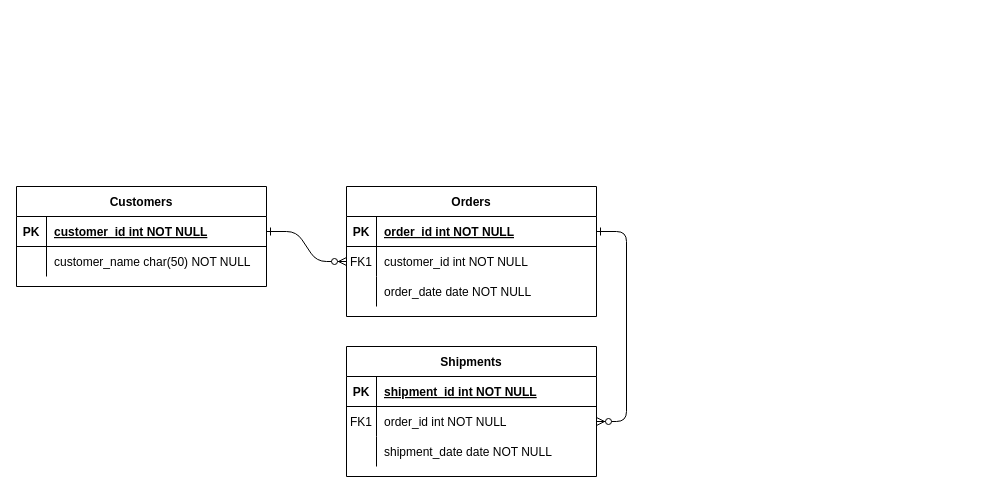
Before: organs_bank_project.drawio in rredkovich/organs_bank_project, a draw.io diagram. Source tidied: cells renumbered, new cells numbered last; positions are measured from the earlier drawing's top-left corner, leaving out a move shared by most shapes. Both pictures are drawn from the tidied source at 100%, with x=0, y=0 at pixel (16, 186).
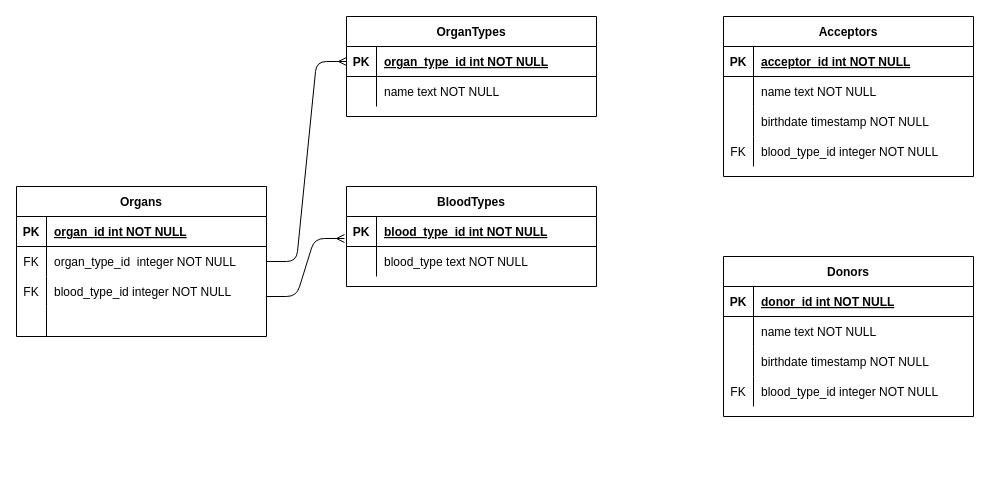
The same page after the edit.

The change refers to these unchanged cells:
```xml
<mxCell id="5" style="shape=partialRectangle;fillColor=none;points=[[0,0.5],[1,0.5]];portConstraint=eastwest;top=0;left=0;right=0;bottom=1;" parent="4" vertex="1">
  <mxGeometry y="30" width="250" height="30" as="geometry" />
</mxCell>
<mxCell id="8" style="shape=partialRectangle;fillColor=none;points=[[0,0.5],[1,0.5]];portConstraint=eastwest;top=0;left=0;right=0;bottom=0;" parent="4" vertex="1">
  <mxGeometry y="60" width="250" height="30" as="geometry" />
</mxCell>
<mxCell id="15" style="shape=partialRectangle;fillColor=none;points=[[0,0.5],[1,0.5]];portConstraint=eastwest;top=0;left=0;right=0;bottom=1;" parent="14" vertex="1">
  <mxGeometry y="30" width="250" height="30" as="geometry" />
</mxCell>
<mxCell id="18" style="shape=partialRectangle;fillColor=none;points=[[0,0.5],[1,0.5]];portConstraint=eastwest;top=0;left=0;right=0;bottom=0;" parent="14" vertex="1">
  <mxGeometry y="60" width="250" height="30" as="geometry" />
</mxCell>
<mxCell id="25" style="shape=partialRectangle;fillColor=none;points=[[0,0.5],[1,0.5]];portConstraint=eastwest;top=0;left=0;right=0;bottom=1;" parent="24" vertex="1">
  <mxGeometry y="30" width="250" height="30" as="geometry" />
</mxCell>
<mxCell id="28" style="shape=partialRectangle;fillColor=none;points=[[0,0.5],[1,0.5]];portConstraint=eastwest;top=0;left=0;right=0;bottom=0;" parent="24" vertex="1">
  <mxGeometry y="60" width="250" height="30" as="geometry" />
</mxCell>
```

Change to the diagram source:
```diff
@@
-    <mxCell id="2" style="edgeStyle=entityRelationEdgeStyle;endArrow=ERzeroToMany;startArrow=ERone;endFill=1;startFill=0;" parent="1" edge="1" source="25" target="8">
-      <mxGeometry relative="1" as="geometry" />
+    <mxCell id="2" style="edgeStyle=entityRelationEdgeStyle;endArrow=ERmany;startArrow=none;endFill=0;startFill=0;entryX=-0.008;entryY=0.733;entryDx=0;entryDy=0;entryPerimeter=0;" parent="1" edge="1" target="5">
+      <mxGeometry relative="1" as="geometry">
+        <mxPoint x="250" y="110" as="sourcePoint" />
+      </mxGeometry>
     </mxCell>
-    <mxCell id="3" style="edgeStyle=entityRelationEdgeStyle;endArrow=ERzeroToMany;startArrow=ERone;endFill=1;startFill=0;" parent="1" edge="1" source="5" target="18">
-      <mxGeometry relative="1" as="geometry" />
-    </mxCell>
-    <mxCell id="4" value="Orders" style="shape=table;startSize=30;childLayout=tableLayout;rowLines=0;fontStyle=1;align=center;" parent="1" vertex="1">
-      <mxGeometry x="330" width="250" height="130" as="geometry" />
+    <mxCell id="4" value="BloodTypes" style="shape=table;startSize=30;childLayout=tableLayout;rowLines=0;fontStyle=1;align=center;" parent="1" vertex="1">
+      <mxGeometry x="330" width="250" height="100" as="geometry" />
     </mxCell>
@@
-    <mxCell id="7" value="order_id int NOT NULL " style="shape=partialRectangle;overflow=hidden;fillColor=none;top=0;left=0;bottom=0;right=0;align=left;spacingLeft=6;fontStyle=5;" parent="5" vertex="1">
+    <mxCell id="7" value="blood_type_id int NOT NULL " style="shape=partialRectangle;overflow=hidden;fillColor=none;top=0;left=0;bottom=0;right=0;align=left;spacingLeft=6;fontStyle=5;" parent="5" vertex="1">
       <mxGeometry x="30" width="220" height="30" as="geometry" />
     </mxCell>
@@
-    <mxCell id="9" value="FK1" style="shape=partialRectangle;overflow=hidden;fillColor=none;top=0;left=0;bottom=0;right=0;" parent="8" vertex="1">
+    <mxCell id="9" style="shape=partialRectangle;overflow=hidden;fillColor=none;top=0;left=0;bottom=0;right=0;" parent="8" vertex="1">
       <mxGeometry width="30" height="30" as="geometry" />
     </mxCell>
-    <mxCell id="10" value="customer_id int NOT NULL" style="shape=partialRectangle;overflow=hidden;fillColor=none;top=0;left=0;bottom=0;right=0;align=left;spacingLeft=6;" parent="8" vertex="1">
+    <mxCell id="10" value="blood_type text NOT NULL" style="shape=partialRectangle;overflow=hidden;fillColor=none;top=0;left=0;bottom=0;right=0;align=left;spacingLeft=6;" parent="8" vertex="1">
       <mxGeometry x="30" width="220" height="30" as="geometry" />
     </mxCell>
-    <mxCell id="11" style="shape=partialRectangle;fillColor=none;top=0;left=0;right=0;bottom=0;" parent="4" vertex="1">
-      <mxGeometry y="90" width="250" height="30" as="geometry" />
-    </mxCell>
-    <mxCell id="12" style="shape=partialRectangle;overflow=hidden;fillColor=none;top=0;left=0;bottom=0;right=0;" parent="11" vertex="1">
-      <mxGeometry width="30" height="30" as="geometry" />
-    </mxCell>
-    <mxCell id="13" value="order_date date NOT NULL" style="shape=partialRectangle;overflow=hidden;fillColor=none;top=0;left=0;bottom=0;right=0;align=left;spacingLeft=6;" parent="11" vertex="1">
-      <mxGeometry x="30" width="220" height="30" as="geometry" />
-    </mxCell>
-    <mxCell id="14" value="Shipments" style="shape=table;startSize=30;childLayout=tableLayout;rowLines=0;fontStyle=1;align=center;" parent="1" vertex="1">
-      <mxGeometry x="330" y="160" width="250" height="130" as="geometry" />
+    <mxCell id="14" value="OrganTypes" style="shape=table;startSize=30;childLayout=tableLayout;rowLines=0;fontStyle=1;align=center;" parent="1" vertex="1">
+      <mxGeometry x="330" y="-170" width="250" height="100" as="geometry" />
     </mxCell>
@@
-    <mxCell id="17" value="shipment_id int NOT NULL " style="shape=partialRectangle;overflow=hidden;fillColor=none;top=0;left=0;bottom=0;right=0;align=left;spacingLeft=6;fontStyle=5;" parent="15" vertex="1">
+    <mxCell id="17" value="organ_type_id int NOT NULL " style="shape=partialRectangle;overflow=hidden;fillColor=none;top=0;left=0;bottom=0;right=0;align=left;spacingLeft=6;fontStyle=5;" parent="15" vertex="1">
       <mxGeometry x="30" width="220" height="30" as="geometry" />
     </mxCell>
@@
-    <mxCell id="19" value="FK1" style="shape=partialRectangle;overflow=hidden;fillColor=none;top=0;left=0;bottom=0;right=0;" parent="18" vertex="1">
+    <mxCell id="19" style="shape=partialRectangle;overflow=hidden;fillColor=none;top=0;left=0;bottom=0;right=0;" parent="18" vertex="1">
       <mxGeometry width="30" height="30" as="geometry" />
     </mxCell>
-    <mxCell id="20" value="order_id int NOT NULL" style="shape=partialRectangle;overflow=hidden;fillColor=none;top=0;left=0;bottom=0;right=0;align=left;spacingLeft=6;" parent="18" vertex="1">
+    <mxCell id="20" value="name text NOT NULL" style="shape=partialRectangle;overflow=hidden;fillColor=none;top=0;left=0;bottom=0;right=0;align=left;spacingLeft=6;" parent="18" vertex="1">
       <mxGeometry x="30" width="220" height="30" as="geometry" />
     </mxCell>
-    <mxCell id="21" style="shape=partialRectangle;fillColor=none;top=0;left=0;right=0;bottom=0;" parent="14" vertex="1">
-      <mxGeometry y="90" width="250" height="30" as="geometry" />
-    </mxCell>
-    <mxCell id="22" style="shape=partialRectangle;overflow=hidden;fillColor=none;top=0;left=0;bottom=0;right=0;" parent="21" vertex="1">
-      <mxGeometry width="30" height="30" as="geometry" />
-    </mxCell>
-    <mxCell id="23" value="shipment_date date NOT NULL" style="shape=partialRectangle;overflow=hidden;fillColor=none;top=0;left=0;bottom=0;right=0;align=left;spacingLeft=6;" parent="21" vertex="1">
-      <mxGeometry x="30" width="220" height="30" as="geometry" />
-    </mxCell>
-    <mxCell id="24" value="Customers" style="shape=table;startSize=30;childLayout=tableLayout;rowLines=0;fontStyle=1;align=center;" parent="1" vertex="1">
-      <mxGeometry width="250" height="100" as="geometry" />
+    <mxCell id="24" value="Organs" style="shape=table;startSize=30;childLayout=tableLayout;rowLines=0;fontStyle=1;align=center;" parent="1" vertex="1">
+      <mxGeometry width="250" height="150" as="geometry" />
     </mxCell>
@@
-    <mxCell id="27" value="customer_id int NOT NULL " style="shape=partialRectangle;overflow=hidden;fillColor=none;top=0;left=0;bottom=0;right=0;align=left;spacingLeft=6;fontStyle=5;" parent="25" vertex="1">
+    <mxCell id="27" value="organ_id int NOT NULL " style="shape=partialRectangle;overflow=hidden;fillColor=none;top=0;left=0;bottom=0;right=0;align=left;spacingLeft=6;fontStyle=5;" parent="25" vertex="1">
       <mxGeometry x="30" width="220" height="30" as="geometry" />
     </mxCell>
@@
-    <mxCell id="29" style="shape=partialRectangle;overflow=hidden;fillColor=none;top=0;left=0;bottom=0;right=0;" parent="28" vertex="1">
+    <mxCell id="29" value="FK" style="shape=partialRectangle;overflow=hidden;fillColor=none;top=0;left=0;bottom=0;right=0;" parent="28" vertex="1">
       <mxGeometry width="30" height="30" as="geometry" />
     </mxCell>
-    <mxCell id="30" value="customer_name char(50) NOT NULL" style="shape=partialRectangle;overflow=hidden;fillColor=none;top=0;left=0;bottom=0;right=0;align=left;spacingLeft=6;" parent="28" vertex="1">
+    <mxCell id="30" value="organ_type_id  integer NOT NULL" style="shape=partialRectangle;overflow=hidden;fillColor=none;top=0;left=0;bottom=0;right=0;align=left;spacingLeft=6;" parent="28" vertex="1">
       <mxGeometry x="30" width="220" height="30" as="geometry" />
     </mxCell>
+    <mxCell id="31" style="shape=partialRectangle;fillColor=none;top=0;left=0;right=0;bottom=0;" parent="24" vertex="1">
+      <mxGeometry y="90" width="250" height="30" as="geometry" />
+    </mxCell>
+    <mxCell id="32" style="shape=partialRectangle;overflow=hidden;fillColor=none;top=0;left=0;bottom=0;right=0;" parent="31" vertex="1">
+      <mxGeometry width="30" height="30" as="geometry" />
+    </mxCell>
+    <mxCell id="33" style="shape=partialRectangle;overflow=hidden;fillColor=none;top=0;left=0;bottom=0;right=0;align=left;spacingLeft=6;" parent="31" vertex="1">
+      <mxGeometry x="30" width="220" height="30" as="geometry" />
+    </mxCell>
+    <mxCell id="34" style="shape=partialRectangle;fillColor=none;top=0;left=0;right=0;bottom=0;" parent="24" vertex="1">
+      <mxGeometry y="120" width="250" height="30" as="geometry" />
+    </mxCell>
+    <mxCell id="35" style="shape=partialRectangle;overflow=hidden;fillColor=none;top=0;left=0;bottom=0;right=0;" parent="34" vertex="1">
+      <mxGeometry width="30" height="30" as="geometry" />
+    </mxCell>
+    <mxCell id="36" style="shape=partialRectangle;overflow=hidden;fillColor=none;top=0;left=0;bottom=0;right=0;align=left;spacingLeft=6;" parent="34" vertex="1">
+      <mxGeometry x="30" width="220" height="30" as="geometry" />
+    </mxCell>
+    <mxCell id="37" value="FK" style="shape=partialRectangle;overflow=hidden;fillColor=none;top=0;left=0;bottom=0;right=0;" parent="1" vertex="1">
+      <mxGeometry y="90" width="30" height="30" as="geometry" />
+    </mxCell>
+    <mxCell id="38" value="blood_type_id integer NOT NULL" style="shape=partialRectangle;overflow=hidden;fillColor=none;top=0;left=0;bottom=0;right=0;align=left;spacingLeft=6;" parent="1" vertex="1">
+      <mxGeometry x="30" y="90" width="220" height="30" as="geometry" />
+    </mxCell>
+    <mxCell id="39" style="edgeStyle=entityRelationEdgeStyle;rounded=1;jettySize=auto;html=1;exitX=0;exitY=0.5;exitDx=0;exitDy=0;entryX=1;entryY=0.5;entryDx=0;entryDy=0;strokeColor=default;endArrow=none;endFill=0;startArrow=ERmany;startFill=0;" parent="1" edge="1" source="15" target="28">
+      <mxGeometry relative="1" as="geometry" />
+    </mxCell>
+    <mxCell id="40" value="Donors" style="shape=table;startSize=30;childLayout=tableLayout;rowLines=0;fontStyle=1;align=center;" parent="1" vertex="1">
+      <mxGeometry x="707" y="70" width="250" height="160" as="geometry" />
+    </mxCell>
+    <mxCell id="41" style="shape=partialRectangle;fillColor=none;top=0;left=0;right=0;bottom=1;" parent="40" vertex="1">
+      <mxGeometry y="30" width="250" height="30" as="geometry" />
+    </mxCell>
+    <mxCell id="42" value="PK" style="shape=partialRectangle;overflow=hidden;fillColor=none;top=0;left=0;bottom=0;right=0;fontStyle=1;" parent="41" vertex="1">
+      <mxGeometry width="30" height="30" as="geometry" />
+    </mxCell>
+    <mxCell id="43" value="donor_id int NOT NULL " style="shape=partialRectangle;overflow=hidden;fillColor=none;top=0;left=0;bottom=0;right=0;align=left;spacingLeft=6;fontStyle=5;" parent="41" vertex="1">
+      <mxGeometry x="30" width="220" height="30" as="geometry" />
+    </mxCell>
+    <mxCell id="44" style="shape=partialRectangle;fillColor=none;top=0;left=0;right=0;bottom=0;" parent="40" vertex="1">
+      <mxGeometry y="60" width="250" height="30" as="geometry" />
+    </mxCell>
+    <mxCell id="45" style="shape=partialRectangle;overflow=hidden;fillColor=none;top=0;left=0;bottom=0;right=0;" parent="44" vertex="1">
+      <mxGeometry width="30" height="30" as="geometry" />
+    </mxCell>
+    <mxCell id="46" value="name text NOT NULL" style="shape=partialRectangle;overflow=hidden;fillColor=none;top=0;left=0;bottom=0;right=0;align=left;spacingLeft=6;" parent="44" vertex="1">
+      <mxGeometry x="30" width="220" height="30" as="geometry" />
+    </mxCell>
+    <mxCell id="47" style="shape=partialRectangle;fillColor=none;top=0;left=0;right=0;bottom=0;" parent="40" vertex="1">
+      <mxGeometry y="90" width="250" height="30" as="geometry" />
+    </mxCell>
+    <mxCell id="48" style="shape=partialRectangle;overflow=hidden;fillColor=none;top=0;left=0;bottom=0;right=0;" parent="47" vertex="1">
+      <mxGeometry width="30" height="30" as="geometry" />
+    </mxCell>
+    <mxCell id="49" value="birthdate timestamp NOT NULL" style="shape=partialRectangle;overflow=hidden;fillColor=none;top=0;left=0;bottom=0;right=0;align=left;spacingLeft=6;" parent="47" vertex="1">
+      <mxGeometry x="30" width="220" height="30" as="geometry" />
+    </mxCell>
+    <mxCell id="50" style="shape=partialRectangle;fillColor=none;top=0;left=0;right=0;bottom=0;" parent="40" vertex="1">
+      <mxGeometry y="120" width="250" height="30" as="geometry" />
+    </mxCell>
+    <mxCell id="51" value="FK" style="shape=partialRectangle;overflow=hidden;fillColor=none;top=0;left=0;bottom=0;right=0;" parent="50" vertex="1">
+      <mxGeometry width="30" height="30" as="geometry" />
+    </mxCell>
+    <mxCell id="52" value="blood_type_id integer NOT NULL" style="shape=partialRectangle;overflow=hidden;fillColor=none;top=0;left=0;bottom=0;right=0;align=left;spacingLeft=6;" parent="50" vertex="1">
+      <mxGeometry x="30" width="220" height="30" as="geometry" />
+    </mxCell>
+    <mxCell id="53" value="Acceptors" style="shape=table;startSize=30;childLayout=tableLayout;rowLines=0;fontStyle=1;align=center;" parent="1" vertex="1">
+      <mxGeometry x="707" y="-170" width="250" height="160" as="geometry" />
+    </mxCell>
+    <mxCell id="54" style="shape=partialRectangle;fillColor=none;top=0;left=0;right=0;bottom=1;" parent="53" vertex="1">
+      <mxGeometry y="30" width="250" height="30" as="geometry" />
+    </mxCell>
+    <mxCell id="55" value="PK" style="shape=partialRectangle;overflow=hidden;fillColor=none;top=0;left=0;bottom=0;right=0;fontStyle=1;" parent="54" vertex="1">
+      <mxGeometry width="30" height="30" as="geometry" />
+    </mxCell>
+    <mxCell id="56" value="acceptor_id int NOT NULL" style="shape=partialRectangle;overflow=hidden;fillColor=none;top=0;left=0;bottom=0;right=0;align=left;spacingLeft=6;fontStyle=5;" parent="54" vertex="1">
+      <mxGeometry x="30" width="220" height="30" as="geometry" />
+    </mxCell>
+    <mxCell id="57" style="shape=partialRectangle;fillColor=none;top=0;left=0;right=0;bottom=0;" parent="53" vertex="1">
+      <mxGeometry y="60" width="250" height="30" as="geometry" />
+    </mxCell>
+    <mxCell id="58" style="shape=partialRectangle;overflow=hidden;fillColor=none;top=0;left=0;bottom=0;right=0;" parent="57" vertex="1">
+      <mxGeometry width="30" height="30" as="geometry" />
+    </mxCell>
+    <mxCell id="59" value="name text NOT NULL" style="shape=partialRectangle;overflow=hidden;fillColor=none;top=0;left=0;bottom=0;right=0;align=left;spacingLeft=6;" parent="57" vertex="1">
+      <mxGeometry x="30" width="220" height="30" as="geometry" />
+    </mxCell>
+    <mxCell id="60" style="shape=partialRectangle;fillColor=none;top=0;left=0;right=0;bottom=0;" parent="53" vertex="1">
+      <mxGeometry y="90" width="250" height="30" as="geometry" />
+    </mxCell>
+    <mxCell id="61" style="shape=partialRectangle;overflow=hidden;fillColor=none;top=0;left=0;bottom=0;right=0;" parent="60" vertex="1">
+      <mxGeometry width="30" height="30" as="geometry" />
+    </mxCell>
+    <mxCell id="62" value="birthdate timestamp NOT NULL" style="shape=partialRectangle;overflow=hidden;fillColor=none;top=0;left=0;bottom=0;right=0;align=left;spacingLeft=6;" parent="60" vertex="1">
+      <mxGeometry x="30" width="220" height="30" as="geometry" />
+    </mxCell>
+    <mxCell id="63" style="shape=partialRectangle;fillColor=none;top=0;left=0;right=0;bottom=0;" parent="53" vertex="1">
+      <mxGeometry y="120" width="250" height="30" as="geometry" />
+    </mxCell>
+    <mxCell id="64" value="FK" style="shape=partialRectangle;overflow=hidden;fillColor=none;top=0;left=0;bottom=0;right=0;" parent="63" vertex="1">
+      <mxGeometry width="30" height="30" as="geometry" />
+    </mxCell>
+    <mxCell id="65" value="blood_type_id integer NOT NULL" style="shape=partialRectangle;overflow=hidden;fillColor=none;top=0;left=0;bottom=0;right=0;align=left;spacingLeft=6;" parent="63" vertex="1">
+      <mxGeometry x="30" width="220" height="30" as="geometry" />
+    </mxCell>
```
